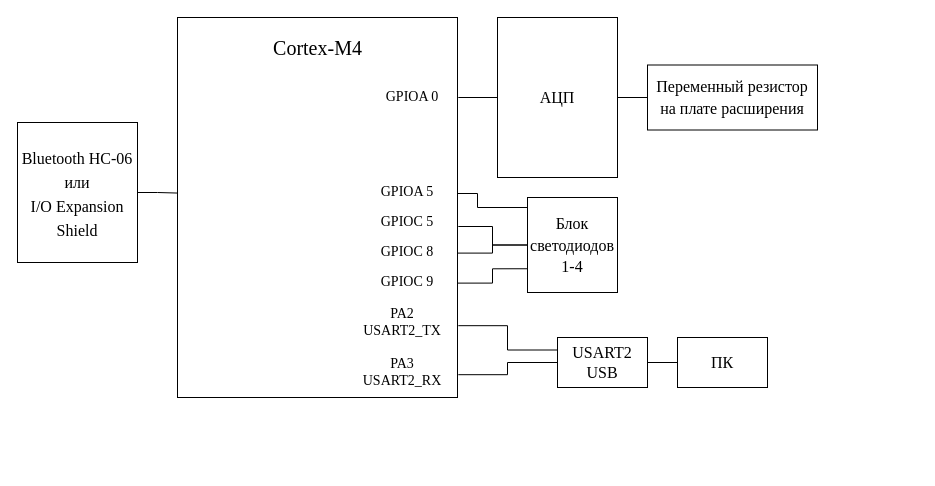
Earlier version of the draw.io diagram Coursework/CourseworkMedia/GeneralPartsScheme.drawio (Retofu/MeasurementProcessSoftware). Source tidied: cells renumbered, new cells numbered last; positions are measured from the earlier drawing's top-left corner, leaving out a move shared by most shapes. Both pictures are drawn from the tidied source at 100%, with x=0, y=0 at pixel (17, 17).
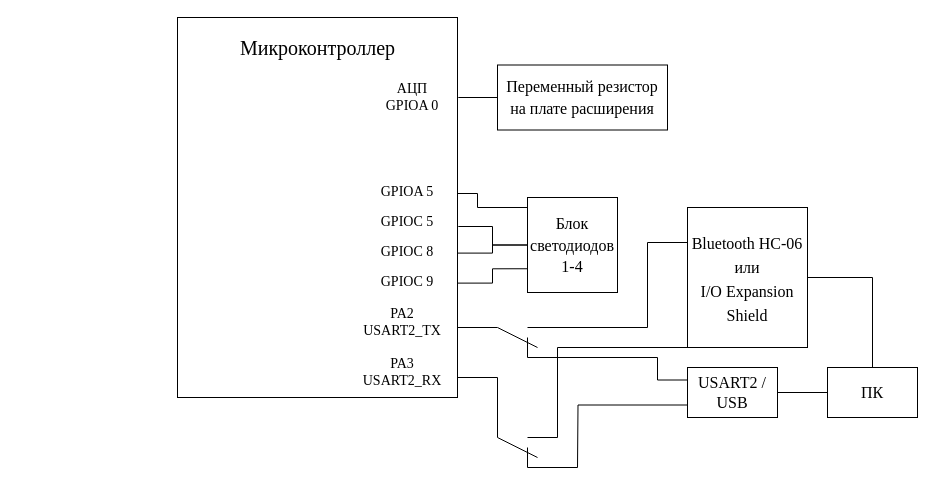
After the change.

The change refers to these unchanged cells:
```xml
<mxCell id="2" style="rounded=0;whiteSpace=wrap;html=1;" parent="1" vertex="1">
  <mxGeometry x="160" width="280" height="380" as="geometry" />
</mxCell>
```

Diff of the diagram source:
```diff
@@
-    <mxCell id="3" style="edgeStyle=orthogonalEdgeStyle;rounded=0;jettySize=auto;html=1;exitX=0;exitY=0.25;exitDx=0;exitDy=0;entryX=1.003;entryY=0.811;entryDx=0;entryDy=0;entryPerimeter=0;fontFamily=Times New Roman;fontSize=20;endArrow=none;endFill=0;" parent="1" edge="1" source="5" target="2">
-      <mxGeometry relative="1" as="geometry" />
-    </mxCell>
-    <mxCell id="4" style="edgeStyle=orthogonalEdgeStyle;rounded=0;jettySize=auto;html=1;exitX=0;exitY=0.5;exitDx=0;exitDy=0;entryX=1.003;entryY=0.94;entryDx=0;entryDy=0;entryPerimeter=0;fontFamily=Times New Roman;fontSize=20;endArrow=none;endFill=0;" parent="1" edge="1" source="5" target="2">
-      <mxGeometry relative="1" as="geometry" />
-    </mxCell>
+    <mxCell id="27" style="edgeStyle=orthogonalEdgeStyle;rounded=0;jettySize=auto;html=1;exitX=0;exitY=0.25;exitDx=0;exitDy=0;endArrow=none;endFill=0;" parent="1" edge="1" source="5">
+      <mxGeometry relative="1" as="geometry">
+        <mxPoint x="510" y="320" as="targetPoint" />
+        <Array as="points">
+          <mxPoint x="640" y="363" />
+          <mxPoint x="640" y="340" />
+          <mxPoint x="510" y="340" />
+        </Array>
+      </mxGeometry>
+    </mxCell>
+    <mxCell id="28" style="edgeStyle=orthogonalEdgeStyle;rounded=0;jettySize=auto;html=1;exitX=0;exitY=0.75;exitDx=0;exitDy=0;endArrow=none;endFill=0;" parent="1" edge="1" source="5">
+      <mxGeometry relative="1" as="geometry">
+        <mxPoint x="560" y="450" as="targetPoint" />
+      </mxGeometry>
+    </mxCell>
-    <mxCell id="5" value="&lt;font style=&quot;font-size: 16px&quot;&gt;USART2&lt;br&gt;USB&lt;/font&gt;" style="rounded=0;whiteSpace=wrap;html=1;fontFamily=Times New Roman;fontSize=14;" parent="1" vertex="1">
-      <mxGeometry x="540" y="320" width="90" height="50" as="geometry" />
+    <mxCell id="5" value="&lt;font style=&quot;font-size: 16px&quot;&gt;USART2 /&lt;br&gt;USB&lt;/font&gt;" style="rounded=0;whiteSpace=wrap;html=1;fontFamily=Times New Roman;fontSize=14;" parent="1" vertex="1">
+      <mxGeometry x="670" y="350" width="90" height="50" as="geometry" />
     </mxCell>
@@
+    <mxCell id="29" style="edgeStyle=orthogonalEdgeStyle;rounded=0;jettySize=auto;html=1;exitX=0.5;exitY=0;exitDx=0;exitDy=0;entryX=1;entryY=0.5;entryDx=0;entryDy=0;endArrow=none;endFill=0;" parent="1" edge="1" source="7" target="25">
+      <mxGeometry relative="1" as="geometry" />
+    </mxCell>
     <mxCell id="7" value="&lt;font style=&quot;font-size: 16px&quot;&gt;ПК&lt;/font&gt;" style="rounded=0;whiteSpace=wrap;html=1;fontFamily=Times New Roman;fontSize=14;" parent="1" vertex="1">
-      <mxGeometry x="660" y="320" width="90" height="50" as="geometry" />
+      <mxGeometry x="810" y="350" width="90" height="50" as="geometry" />
     </mxCell>
@@
-    <mxCell id="10" value="&lt;font style=&quot;font-size: 20px&quot;&gt;Cortex-M4&lt;/font&gt;" style="text;html=1;strokeColor=none;fillColor=none;align=center;verticalAlign=middle;whiteSpace=wrap;rounded=0;fontFamily=Times New Roman;fontSize=14;" parent="1" vertex="1">
-      <mxGeometry x="247.5" y="20" width="105" height="20" as="geometry" />
+    <mxCell id="10" value="&lt;font style=&quot;font-size: 20px&quot;&gt;Микроконтроллер&lt;/font&gt;" style="text;html=1;strokeColor=none;fillColor=none;align=center;verticalAlign=middle;whiteSpace=wrap;rounded=0;fontFamily=Times New Roman;fontSize=14;" parent="1" vertex="1">
+      <mxGeometry x="218.8" y="20" width="162.5" height="20" as="geometry" />
     </mxCell>
-    <mxCell id="11" style="edgeStyle=orthogonalEdgeStyle;rounded=0;jettySize=auto;html=1;exitX=0;exitY=0.5;exitDx=0;exitDy=0;entryX=1.003;entryY=0.21;entryDx=0;entryDy=0;entryPerimeter=0;fontFamily=Times New Roman;fontSize=20;endArrow=none;endFill=0;" parent="1" edge="1" source="12" target="2">
-      <mxGeometry relative="1" as="geometry" />
+    <mxCell id="11" style="edgeStyle=orthogonalEdgeStyle;rounded=0;jettySize=auto;html=1;exitX=0;exitY=0.5;exitDx=0;exitDy=0;entryX=1.003;entryY=0.21;entryDx=0;entryDy=0;entryPerimeter=0;fontFamily=Times New Roman;fontSize=20;endArrow=none;endFill=0;" parent="1" edge="1" target="2">
+      <mxGeometry relative="1" as="geometry">
+        <mxPoint x="480" y="80" as="sourcePoint" />
+      </mxGeometry>
     </mxCell>
-    <mxCell id="12" value="&lt;font style=&quot;font-size: 16px&quot;&gt;АЦП&lt;/font&gt;" style="rounded=0;whiteSpace=wrap;html=1;fontFamily=Times New Roman;fontSize=18;" parent="1" vertex="1">
-      <mxGeometry x="480" width="120" height="160" as="geometry" />
-    </mxCell>
-    <mxCell id="13" style="edgeStyle=orthogonalEdgeStyle;rounded=0;jettySize=auto;html=1;entryX=1;entryY=0.5;entryDx=0;entryDy=0;fontFamily=Times New Roman;fontSize=20;endArrow=none;endFill=0;" parent="1" edge="1" source="14" target="12">
-      <mxGeometry relative="1" as="geometry" />
-    </mxCell>
     <mxCell id="14" value="&lt;font style=&quot;font-size: 16px&quot;&gt;Переменный резистор на плате расширения&lt;/font&gt;" style="rounded=0;whiteSpace=wrap;html=1;fontFamily=Times New Roman;fontSize=18;" parent="1" vertex="1">
-      <mxGeometry x="630" y="47.5" width="170" height="65" as="geometry" />
+      <mxGeometry x="480" y="47.5" width="170" height="65" as="geometry" />
     </mxCell>
@@
-    <mxCell id="24" style="edgeStyle=orthogonalEdgeStyle;rounded=0;jettySize=auto;html=1;exitX=1;exitY=0.5;exitDx=0;exitDy=0;entryX=0;entryY=0.462;entryDx=0;entryDy=0;entryPerimeter=0;fontFamily=Times New Roman;fontSize=16;endArrow=none;endFill=0;" parent="1" edge="1" source="25" target="2">
-      <mxGeometry relative="1" as="geometry" />
-    </mxCell>
+    <mxCell id="30" style="edgeStyle=orthogonalEdgeStyle;rounded=0;jettySize=auto;html=1;exitX=0;exitY=0.25;exitDx=0;exitDy=0;endArrow=none;endFill=0;" parent="1" edge="1" source="25">
+      <mxGeometry relative="1" as="geometry">
+        <mxPoint x="510" y="310" as="targetPoint" />
+        <Array as="points">
+          <mxPoint x="630" y="225" />
+          <mxPoint x="630" y="310" />
+        </Array>
+      </mxGeometry>
+    </mxCell>
+    <mxCell id="31" style="edgeStyle=orthogonalEdgeStyle;rounded=0;jettySize=auto;html=1;exitX=0;exitY=0.75;exitDx=0;exitDy=0;endArrow=none;endFill=0;" parent="1" edge="1" source="25">
+      <mxGeometry relative="1" as="geometry">
+        <mxPoint x="540" y="420" as="targetPoint" />
+        <Array as="points">
+          <mxPoint x="670" y="330" />
+          <mxPoint x="540" y="330" />
+        </Array>
+      </mxGeometry>
+    </mxCell>
     <mxCell id="25" value="&lt;font style=&quot;font-size: 16px&quot;&gt;Bluetooth HC-06&lt;br&gt;или&lt;br&gt;I/O Expansion Shield&lt;/font&gt;" style="rounded=0;whiteSpace=wrap;html=1;fontFamily=Times New Roman;fontSize=20;" parent="1" vertex="1">
-      <mxGeometry y="105" width="120" height="140" as="geometry" />
+      <mxGeometry x="670" y="190" width="120" height="140" as="geometry" />
     </mxCell>
-    <mxCell id="26" value="GPIOA 0" style="text;html=1;strokeColor=none;fillColor=none;align=center;verticalAlign=middle;whiteSpace=wrap;rounded=0;fontFamily=Times New Roman;fontSize=14;" parent="1" vertex="1">
+    <mxCell id="26" value="АЦП&lt;br&gt;GPIOA 0" style="text;html=1;strokeColor=none;fillColor=none;align=center;verticalAlign=middle;whiteSpace=wrap;rounded=0;fontFamily=Times New Roman;fontSize=14;" parent="1" vertex="1">
       <mxGeometry x="360" y="65" width="70" height="30" as="geometry" />
     </mxCell>
+    <mxCell id="32" style="endArrow=none;html=1;rounded=0;" parent="1" edge="1">
+      <mxGeometry relative="1" as="geometry">
+        <mxPoint x="440" y="310" as="sourcePoint" />
+        <mxPoint x="480" y="310" as="targetPoint" />
+      </mxGeometry>
+    </mxCell>
+    <mxCell id="33" style="endArrow=none;html=1;rounded=0;" parent="1" edge="1">
+      <mxGeometry relative="1" as="geometry">
+        <mxPoint x="480" y="310" as="sourcePoint" />
+        <mxPoint x="520" y="330" as="targetPoint" />
+      </mxGeometry>
+    </mxCell>
+    <mxCell id="34" style="endArrow=none;html=1;rounded=0;" parent="1" edge="1">
+      <mxGeometry relative="1" as="geometry">
+        <mxPoint x="510" y="420" as="sourcePoint" />
+        <mxPoint x="540" y="420" as="targetPoint" />
+      </mxGeometry>
+    </mxCell>
+    <mxCell id="35" style="endArrow=none;html=1;rounded=0;" parent="1" edge="1">
+      <mxGeometry relative="1" as="geometry">
+        <mxPoint x="510" y="450" as="sourcePoint" />
+        <mxPoint x="560" y="450" as="targetPoint" />
+      </mxGeometry>
+    </mxCell>
+    <mxCell id="36" style="endArrow=none;html=1;rounded=0;" parent="1" edge="1">
+      <mxGeometry relative="1" as="geometry">
+        <mxPoint x="440" y="360" as="sourcePoint" />
+        <mxPoint x="480" y="360" as="targetPoint" />
+      </mxGeometry>
+    </mxCell>
+    <mxCell id="37" style="endArrow=none;html=1;rounded=0;" parent="1" edge="1">
+      <mxGeometry relative="1" as="geometry">
+        <mxPoint x="480" y="360" as="sourcePoint" />
+        <mxPoint x="480" y="420" as="targetPoint" />
+      </mxGeometry>
+    </mxCell>
+    <mxCell id="38" style="endArrow=none;html=1;rounded=0;" parent="1" edge="1">
+      <mxGeometry relative="1" as="geometry">
+        <mxPoint x="510" y="430" as="sourcePoint" />
+        <mxPoint x="510" y="450" as="targetPoint" />
+      </mxGeometry>
+    </mxCell>
+    <mxCell id="39" style="endArrow=none;html=1;rounded=0;" parent="1" edge="1">
+      <mxGeometry relative="1" as="geometry">
+        <mxPoint x="480" y="420" as="sourcePoint" />
+        <mxPoint x="520" y="440" as="targetPoint" />
+      </mxGeometry>
+    </mxCell>
```
